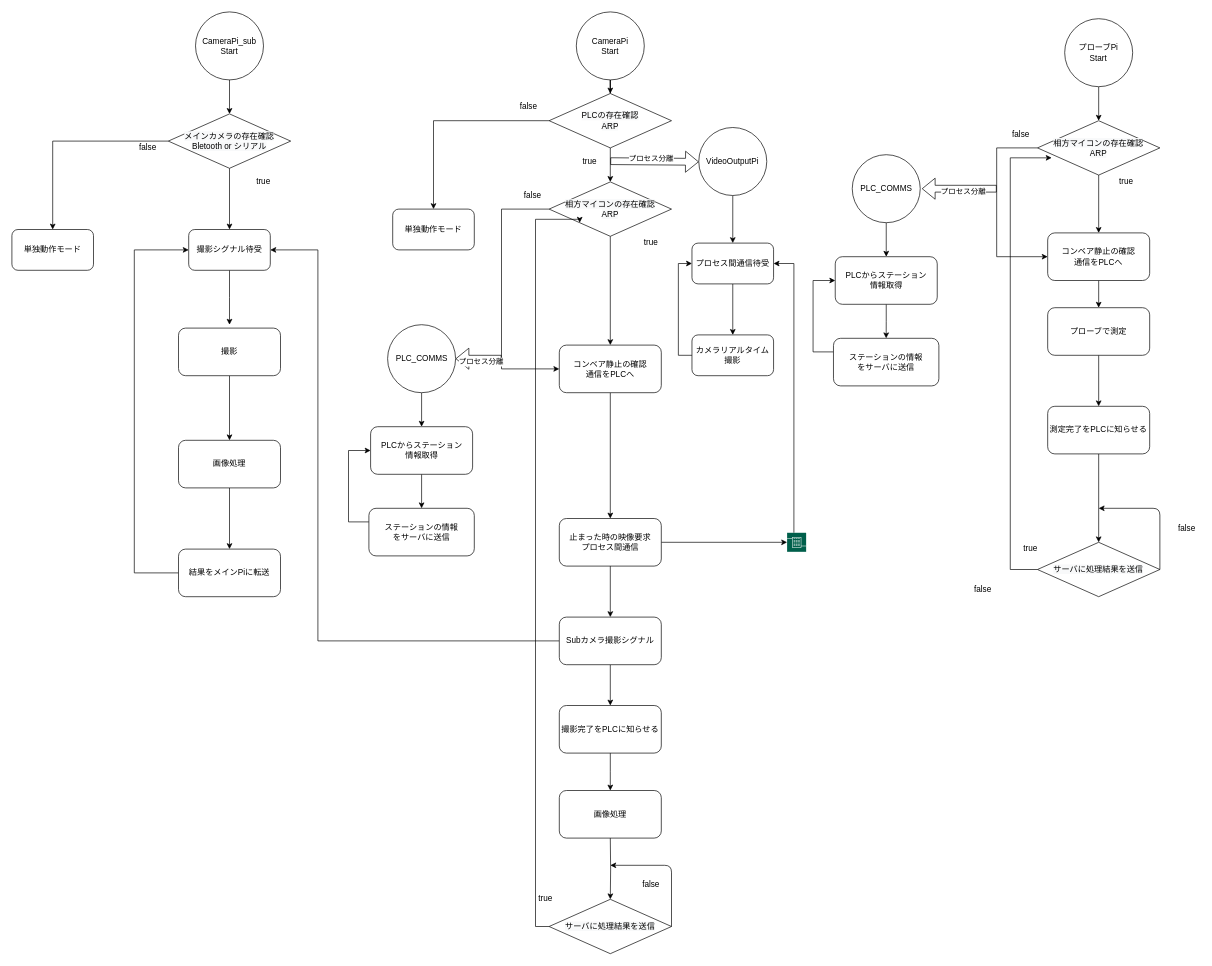
Before: 設計/フローチャート.drawio in chekke1999/kaihatukadai, a draw.io diagram. Source tidied: cells renumbered, new cells numbered last; positions are measured from the earlier drawing's top-left corner, leaving out a move shared by most shapes. Both pictures are drawn from the tidied source at 68%, with x=0, y=0 at pixel (12, 12).
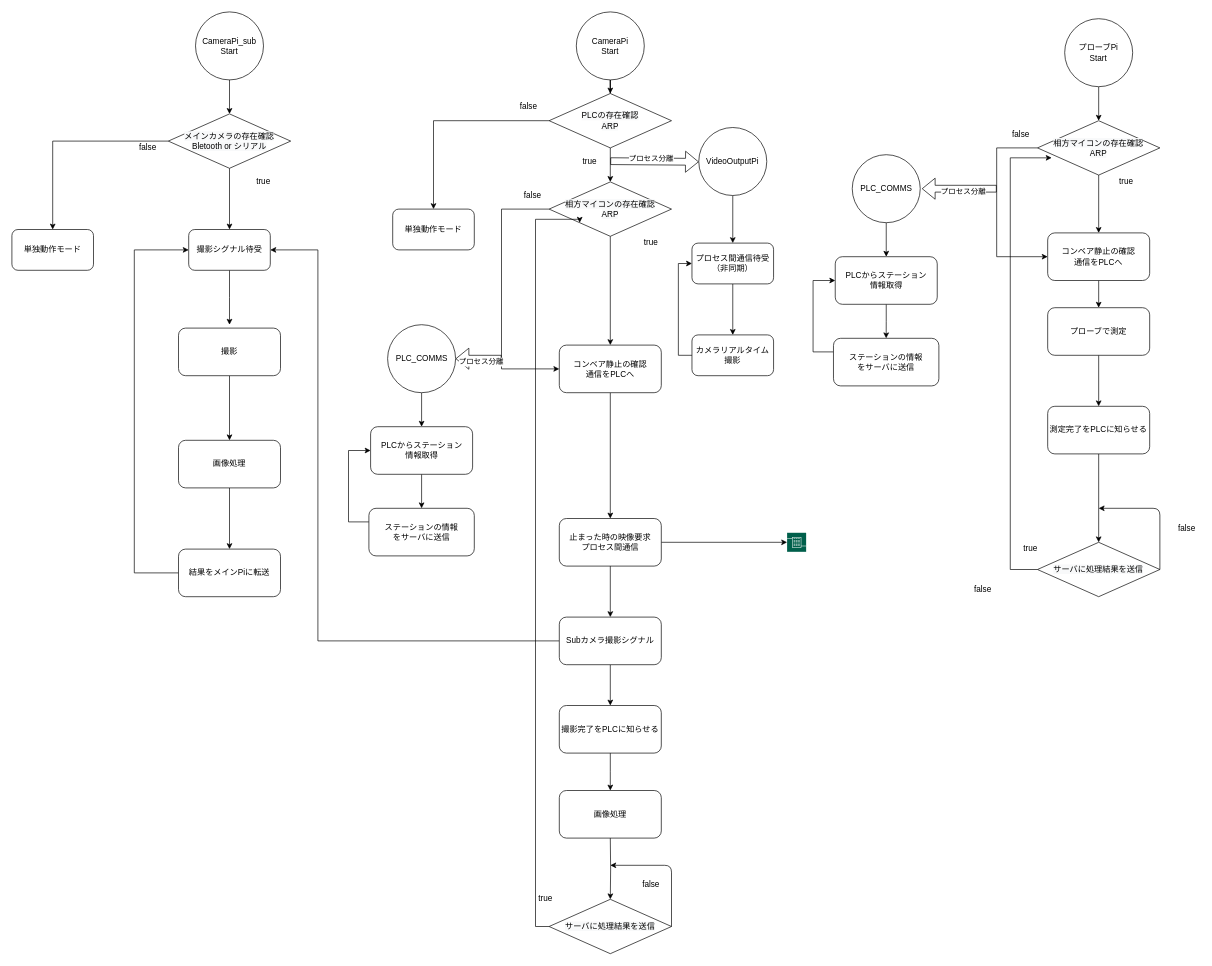
Above is the later version.

The change refers to these unchanged cells:
```xml
<mxCell id="50" style="shadow=0;dashed=0;html=1;strokeColor=none;fillColor=#005F4B;labelPosition=center;verticalLabelPosition=bottom;verticalAlign=top;align=center;outlineConnect=0;shape=mxgraph.veeam2.cpu_socket;" parent="1" vertex="1">
  <mxGeometry x="1140" y="766" width="28" height="28" as="geometry" />
</mxCell>
```

The edit, as a diff of the source:
```diff
@@
-    <mxCell id="49" style="edgeStyle=orthogonalEdgeStyle;rounded=0;jettySize=auto;html=1;entryX=1;entryY=0.5;entryDx=0;entryDy=0;" parent="1" edge="1" source="50" target="52">
-      <mxGeometry relative="1" as="geometry">
-        <Array as="points">
-          <mxPoint x="1150" y="370" />
-        </Array>
-      </mxGeometry>
-    </mxCell>
@@
-    <mxCell id="52" value="プロセス間通信待受" style="rounded=1;whiteSpace=wrap;html=1;" parent="1" vertex="1">
+    <mxCell id="52" value="プロセス間通信待受&lt;br&gt;（非同期）" style="rounded=1;whiteSpace=wrap;html=1;" parent="1" vertex="1">
       <mxGeometry x="1000.1" y="340" width="120" height="60" as="geometry" />
     </mxCell>
```
